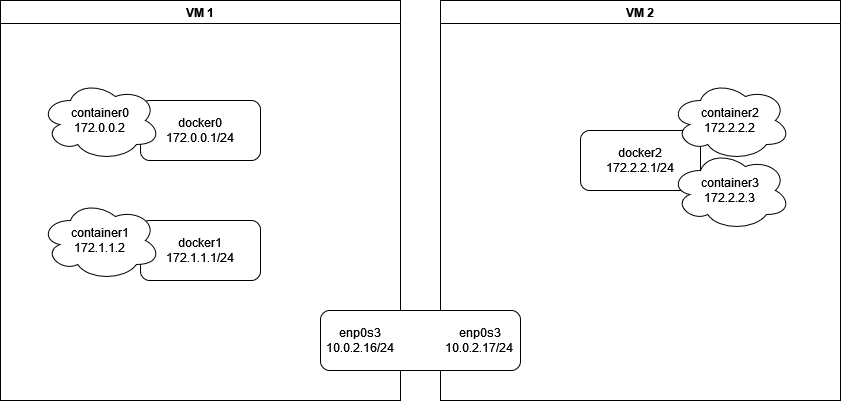
Earlier version of the draw.io export images/network-lab.drawio.png (davidcosc/network-compare). Source tidied: cells renumbered, new cells last; positions are measured from the earlier drawing's top-left corner, leaving out a move shared by most shapes.
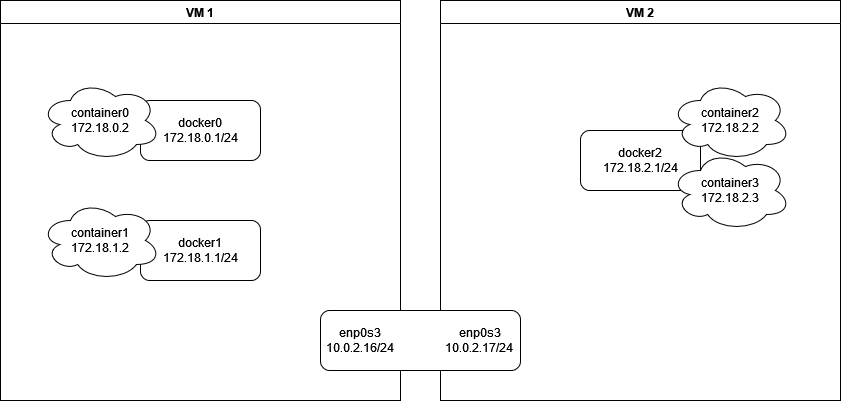
Above is the later version.

Commit message:
chore: updated lab setup img with new ips

The edit, as a diff of the source:
```diff
@@ -8,31 +8,31 @@
     <mxCell id="3" style="group;" parent="2" vertex="1">
       <mxGeometry x="40" y="80" width="220" height="80" as="geometry" />
     </mxCell>
-    <mxCell id="4" value="docker0&lt;br&gt;172.0.0.1/24" style="rounded=1;whiteSpace=wrap;html=1;" parent="3" vertex="1">
+    <mxCell id="4" value="docker0&lt;br&gt;172.18.0.1/24" style="rounded=1;whiteSpace=wrap;html=1;" parent="3" vertex="1">
       <mxGeometry x="100" y="20" width="120" height="60" as="geometry" />
     </mxCell>
-    <mxCell id="5" value="container0&lt;br&gt;172.0.0.2" style="ellipse;shape=cloud;whiteSpace=wrap;html=1;" parent="3" vertex="1">
+    <mxCell id="5" value="container0&lt;br&gt;172.18.0.2" style="ellipse;shape=cloud;whiteSpace=wrap;html=1;" parent="3" vertex="1">
       <mxGeometry width="120" height="80" as="geometry" />
     </mxCell>
     <mxCell id="6" style="group;" parent="2" vertex="1">
       <mxGeometry x="40" y="200" width="220" height="80" as="geometry" />
     </mxCell>
-    <mxCell id="7" value="docker1&lt;br&gt;172.1.1.1/24" style="rounded=1;whiteSpace=wrap;html=1;" parent="6" vertex="1">
+    <mxCell id="7" value="docker1&lt;br&gt;172.18.1.1/24" style="rounded=1;whiteSpace=wrap;html=1;" parent="6" vertex="1">
       <mxGeometry x="100" y="20" width="120" height="60" as="geometry" />
     </mxCell>
-    <mxCell id="8" value="container1&lt;br&gt;172.1.1.2" style="ellipse;shape=cloud;whiteSpace=wrap;html=1;" parent="6" vertex="1">
+    <mxCell id="8" value="container1&lt;br&gt;172.18.1.2" style="ellipse;shape=cloud;whiteSpace=wrap;html=1;" parent="6" vertex="1">
       <mxGeometry width="120" height="80" as="geometry" />
     </mxCell>
     <mxCell id="9" value="VM 2" style="swimlane;whiteSpace=wrap;html=1;" parent="1" vertex="1">
       <mxGeometry x="440" width="400" height="400" as="geometry" />
     </mxCell>
-    <mxCell id="10" value="docker2&lt;br&gt;172.2.2.1/24" style="rounded=1;whiteSpace=wrap;html=1;" parent="9" vertex="1">
+    <mxCell id="10" value="docker2&lt;br&gt;172.18.2.1/24" style="rounded=1;whiteSpace=wrap;html=1;" parent="9" vertex="1">
       <mxGeometry x="140" y="130" width="120" height="60" as="geometry" />
     </mxCell>
-    <mxCell id="11" value="container3&lt;br&gt;172.2.2.3" style="ellipse;shape=cloud;whiteSpace=wrap;html=1;" parent="9" vertex="1">
+    <mxCell id="11" value="container3&lt;br&gt;172.18.2.3" style="ellipse;shape=cloud;whiteSpace=wrap;html=1;" parent="9" vertex="1">
       <mxGeometry x="230" y="150" width="120" height="80" as="geometry" />
     </mxCell>
-    <mxCell id="12" value="container2&lt;br&gt;172.2.2.2" style="ellipse;shape=cloud;whiteSpace=wrap;html=1;" parent="9" vertex="1">
+    <mxCell id="12" value="container2&lt;br&gt;172.18.2.2" style="ellipse;shape=cloud;whiteSpace=wrap;html=1;" parent="9" vertex="1">
       <mxGeometry x="230" y="80" width="120" height="80" as="geometry" />
     </mxCell>
     <mxCell id="13" value="enp0s3 &amp;nbsp; &amp;nbsp; &amp;nbsp; &amp;nbsp; &amp;nbsp; &amp;nbsp; &amp;nbsp; &amp;nbsp; &amp;nbsp; &amp;nbsp;&amp;nbsp; &amp;nbsp;&amp;nbsp;&amp;nbsp; enp0s3&lt;div&gt;10.0.2.16/24 &amp;nbsp; &amp;nbsp; &amp;nbsp; &amp;nbsp; &amp;nbsp; &amp;nbsp; &amp;nbsp; &amp;nbsp; 10.0.2.17/24&lt;br&gt;&lt;/div&gt;" style="rounded=1;whiteSpace=wrap;html=1;" parent="1" vertex="1">
```
